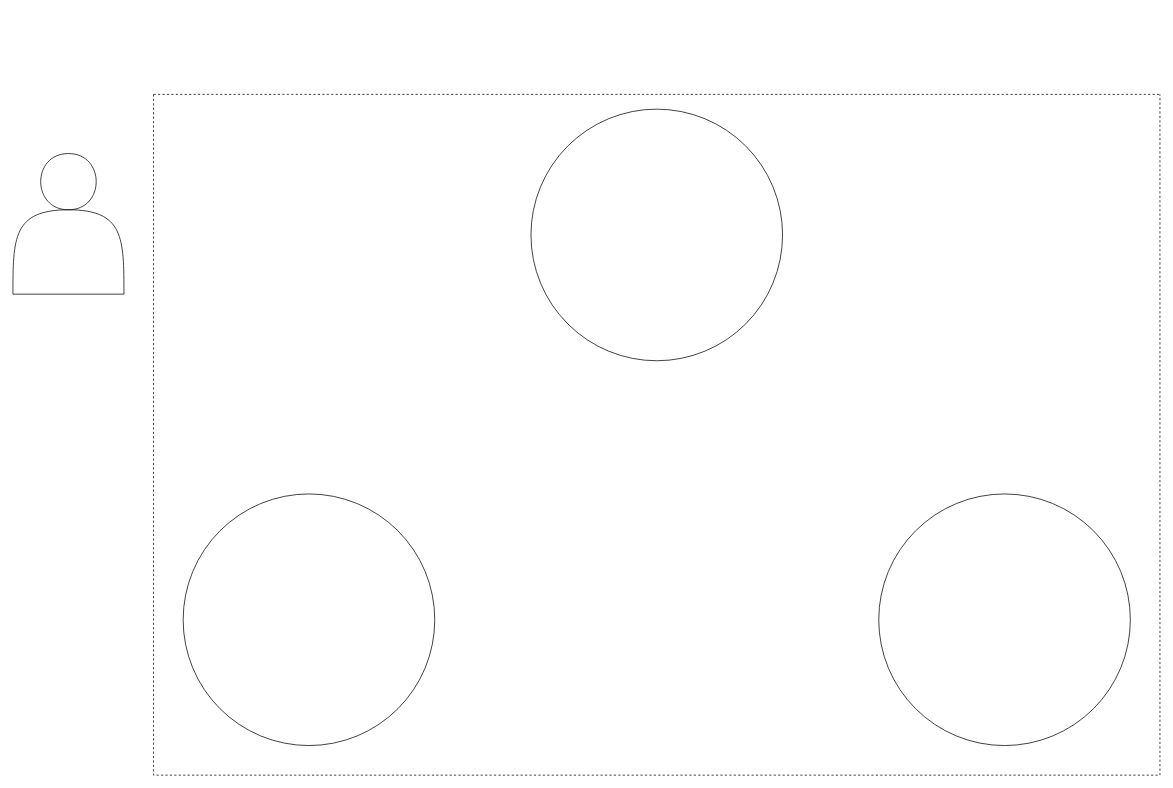
Before: mvcmodel.drawio in kei615ykhm/learning-record, a draw.io diagram. Source tidied: cells renumbered, new cells numbered last; positions are measured from the earlier drawing's top-left corner, leaving out a move shared by most shapes. Both pictures are drawn from the tidied source at 74%, with x=0, y=0 at pixel (13, 94).
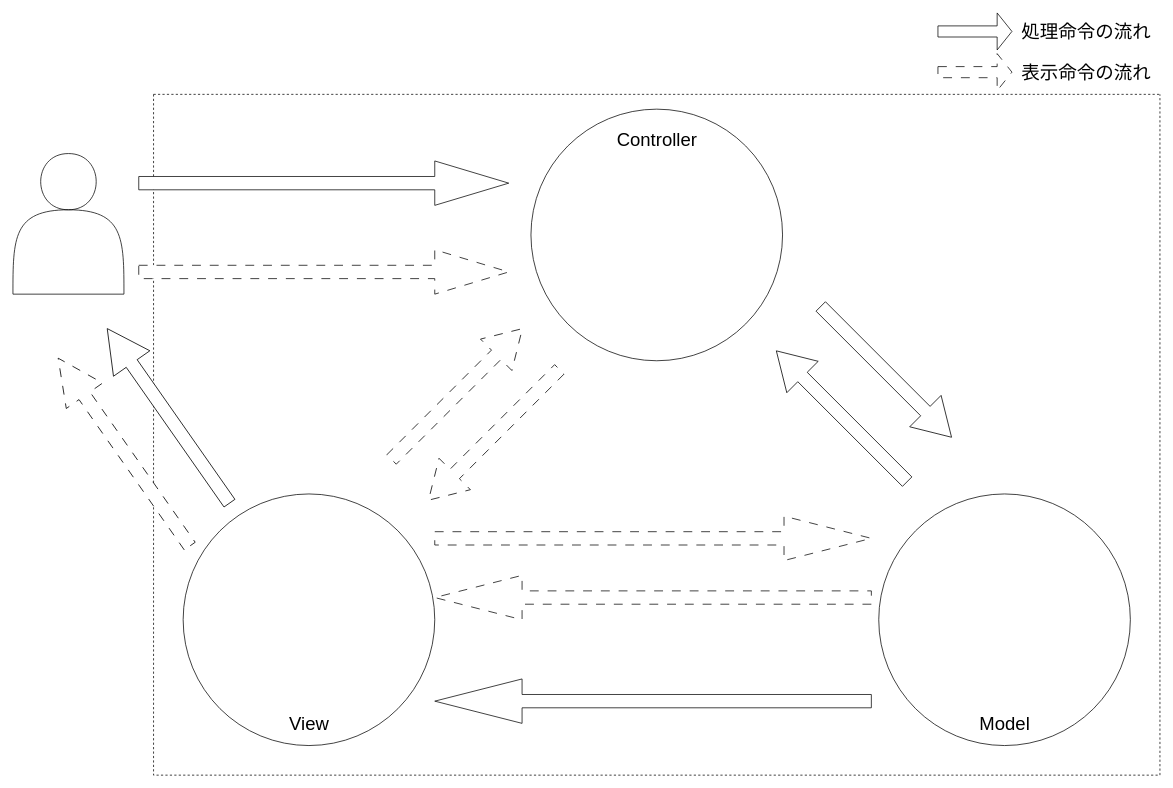
After the change.

Commit message:
矢印による処理命令の流れを追加

Unchanged cells that the change refers to:
```xml
<mxCell id="3" style="swimlane;startSize=0;dashed=1;" parent="1" vertex="1">
  <mxGeometry x="190" width="1360" height="920" as="geometry" />
</mxCell>
```

What changed in the source:
```diff
@@
+    <mxCell id="7" value="Controller" style="text;html=1;align=center;verticalAlign=middle;strokeColor=none;fillColor=none;fontSize=25;" parent="3" vertex="1">
+      <mxGeometry x="615" y="40" width="130" height="40" as="geometry" />
+    </mxCell>
+    <mxCell id="8" value="View" style="text;html=1;align=center;verticalAlign=middle;strokeColor=none;fillColor=none;fontSize=25;" parent="3" vertex="1">
+      <mxGeometry x="170" y="830" width="80" height="40" as="geometry" />
+    </mxCell>
+    <mxCell id="9" value="Model" style="text;html=1;align=center;verticalAlign=middle;strokeColor=none;fillColor=none;fontSize=25;" parent="3" vertex="1">
+      <mxGeometry x="1105" y="830" width="90" height="40" as="geometry" />
+    </mxCell>
+    <mxCell id="10" style="shape=singleArrow;whiteSpace=wrap;html=1;fontSize=39;" parent="3" vertex="1">
+      <mxGeometry x="-20" y="90" width="500" height="60" as="geometry" />
+    </mxCell>
+    <mxCell id="11" style="shape=singleArrow;whiteSpace=wrap;html=1;fontSize=39;dashed=1;dashPattern=12 12;" parent="3" vertex="1">
+      <mxGeometry x="-20" y="210" width="500" height="60" as="geometry" />
+    </mxCell>
+    <mxCell id="12" style="shape=singleArrow;whiteSpace=wrap;html=1;fontSize=39;dashed=1;dashPattern=12 12;" parent="3" vertex="1">
+      <mxGeometry x="380" y="570" width="590" height="60" as="geometry" />
+    </mxCell>
+    <mxCell id="13" style="shape=singleArrow;whiteSpace=wrap;html=1;fontSize=39;dashed=1;dashPattern=12 12;direction=west;" parent="3" vertex="1">
+      <mxGeometry x="380" y="650" width="590" height="60" as="geometry" />
+    </mxCell>
+    <mxCell id="14" style="shape=singleArrow;whiteSpace=wrap;html=1;fontSize=39;direction=west;" parent="3" vertex="1">
+      <mxGeometry x="380" y="790" width="590" height="60" as="geometry" />
+    </mxCell>
+    <mxCell id="15" style="shape=singleArrow;direction=north;whiteSpace=wrap;html=1;dashed=1;dashPattern=12 12;fontSize=39;rotation=45;" parent="3" vertex="1">
+      <mxGeometry x="380" y="280" width="60" height="250" as="geometry" />
+    </mxCell>
+    <mxCell id="16" style="shape=singleArrow;direction=south;whiteSpace=wrap;html=1;dashed=1;dashPattern=12 12;fontSize=39;rotation=45;" parent="3" vertex="1">
+      <mxGeometry x="430" y="335" width="60" height="250" as="geometry" />
+    </mxCell>
+    <mxCell id="17" style="shape=singleArrow;direction=north;whiteSpace=wrap;html=1;fontSize=39;rotation=-45;" parent="3" vertex="1">
+      <mxGeometry x="900" y="310" width="60" height="250" as="geometry" />
+    </mxCell>
+    <mxCell id="18" style="shape=singleArrow;direction=south;whiteSpace=wrap;html=1;fontSize=39;rotation=-45;" parent="3" vertex="1">
+      <mxGeometry x="960" y="250" width="60" height="250" as="geometry" />
+    </mxCell>
+    <mxCell id="19" style="shape=singleArrow;direction=north;whiteSpace=wrap;html=1;fontSize=39;rotation=-35;" parent="1" vertex="1">
+      <mxGeometry x="180" y="290.5" width="60" height="288" as="geometry" />
+    </mxCell>
+    <mxCell id="20" style="shape=singleArrow;direction=north;whiteSpace=wrap;html=1;fontSize=39;rotation=-35;dashed=1;dashPattern=12 12;" parent="1" vertex="1">
+      <mxGeometry x="120" y="328.5" width="60" height="310" as="geometry" />
+    </mxCell>
+    <mxCell id="21" style="shape=singleArrow;whiteSpace=wrap;html=1;dashed=1;dashPattern=12 12;fontSize=39;" parent="1" vertex="1">
+      <mxGeometry x="1250" y="-55" width="100" height="50" as="geometry" />
+    </mxCell>
+    <mxCell id="22" value="表示命令の流れ" style="text;html=1;align=center;verticalAlign=middle;strokeColor=none;fillColor=none;fontSize=25;" parent="1" vertex="1">
+      <mxGeometry x="1350" y="-50" width="200" height="40" as="geometry" />
+    </mxCell>
+    <mxCell id="23" style="shape=singleArrow;whiteSpace=wrap;html=1;fontSize=39;" parent="1" vertex="1">
+      <mxGeometry x="1250" y="-110" width="100" height="50" as="geometry" />
+    </mxCell>
+    <mxCell id="24" value="処理命令の流れ" style="text;html=1;align=center;verticalAlign=middle;strokeColor=none;fillColor=none;fontSize=25;" parent="1" vertex="1">
+      <mxGeometry x="1350" y="-105" width="200" height="40" as="geometry" />
+    </mxCell>
```
